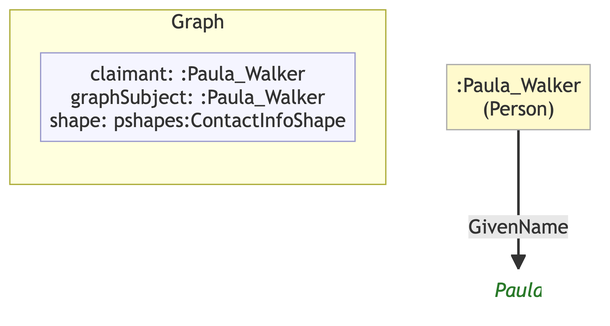
This is example/graphs/images/graph-59.png from MeeFoundation/mia-ontologies, a Mermaid export, as it was before one commit. Its source is kept beside it as example/graphs/images/graph-59.mmd.
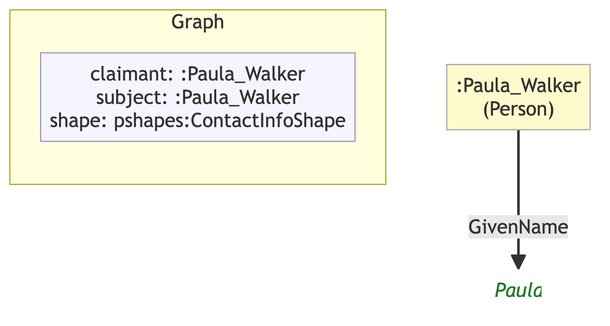
Later version of the same file.

Change to the diagram source:
```diff
@@ -7,10 +7,10 @@
 
     subgraph ctx["Graph"]
         direction LR
-        ctx_meta["claimant: :Paula_Walker\ngraphSubject: :Paula_Walker\nshape: pshapes:ContactInfoShape"]:::meta
+        ctx_meta["claimant: :Paula_Walker\nsubject: :Paula_Walker\nshape: pshapes:ContactInfoShape"]:::meta
     end
 
     n679aafec7a4b[":Paula_Walker\n(Person)"]:::person
-    n1aa945e82289("Paula"):::lit
+    n081a0a199494("Paula"):::lit
 
-    n679aafec7a4b -->|"GivenName"| n1aa945e82289
+    n679aafec7a4b -->|"GivenName"| n081a0a199494
```
